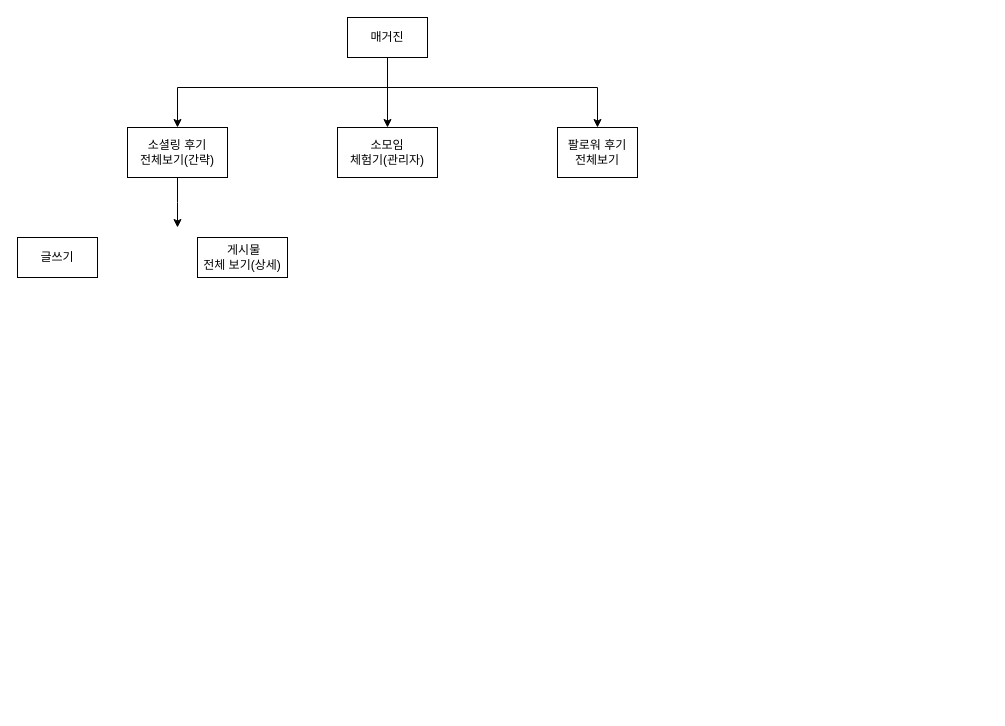
Earlier version of the draw.io diagram wooyeonjoo.drawio (eunjun9/semiproject). Source tidied: cells renumbered, new cells numbered last; positions are measured from the earlier drawing's top-left corner, leaving out a move shared by most shapes. Both pictures are drawn from the tidied source at 100%, with x=0, y=0 at pixel (17, 17).
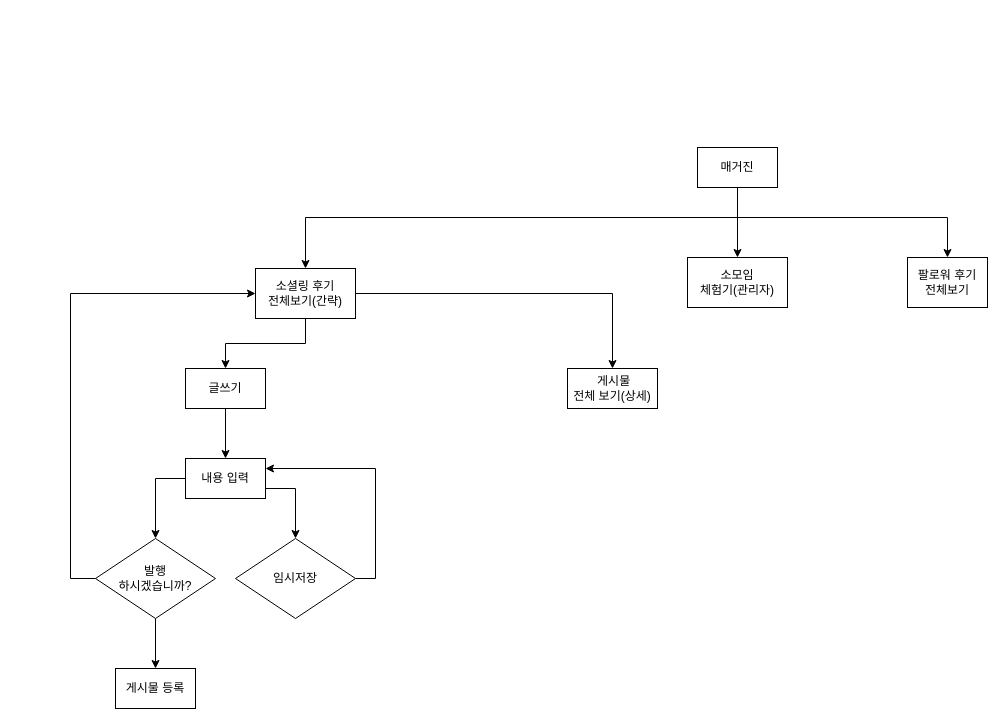
Above is the later version.

The edit, as a diff of the source:
```diff
@@
     <mxCell id="2" value="소모임&lt;br&gt;체험기(관리자)" style="rounded=0;whiteSpace=wrap;html=1;" parent="1" vertex="1">
-      <mxGeometry x="320" y="110" width="100" height="50" as="geometry" />
+      <mxGeometry x="670" y="240" width="100" height="50" as="geometry" />
     </mxCell>
@@
     <mxCell id="4" style="edgeStyle=orthogonalEdgeStyle;rounded=0;jettySize=auto;html=1;entryX=0.5;entryY=0;entryDx=0;entryDy=0;" parent="1" edge="1" source="6" target="8">
       <mxGeometry relative="1" as="geometry">
         <Array as="points">
-          <mxPoint x="370" y="70" />
-          <mxPoint x="160" y="70" />
+          <mxPoint x="720" y="200" />
+          <mxPoint x="288" y="200" />
         </Array>
       </mxGeometry>
     </mxCell>
     <mxCell id="5" style="edgeStyle=orthogonalEdgeStyle;rounded=0;jettySize=auto;html=1;entryX=0.5;entryY=0;entryDx=0;entryDy=0;" parent="1" edge="1" target="9">
       <mxGeometry relative="1" as="geometry">
-        <mxPoint x="370" y="70" as="sourcePoint" />
+        <mxPoint x="720" y="200" as="sourcePoint" />
         <Array as="points">
-          <mxPoint x="580" y="70" />
+          <mxPoint x="930" y="200" />
         </Array>
       </mxGeometry>
     </mxCell>
     <mxCell id="6" value="매거진" style="rounded=0;whiteSpace=wrap;html=1;" parent="1" vertex="1">
-      <mxGeometry x="330" width="80" height="40" as="geometry" />
+      <mxGeometry x="680" y="130" width="80" height="40" as="geometry" />
     </mxCell>
-    <mxCell id="7" style="edgeStyle=orthogonalEdgeStyle;rounded=0;jettySize=auto;html=1;exitX=0.5;exitY=1;exitDx=0;exitDy=0;" parent="1" edge="1" source="8">
+    <mxCell id="7" style="edgeStyle=orthogonalEdgeStyle;rounded=0;jettySize=auto;html=1;exitX=0.5;exitY=1;exitDx=0;exitDy=0;entryX=0.5;entryY=0;entryDx=0;entryDy=0;" parent="1" edge="1" source="8" target="10">
       <mxGeometry relative="1" as="geometry">
-        <mxPoint x="160" y="210" as="targetPoint" />
+        <Array as="points">
+          <mxPoint x="288" y="326" />
+          <mxPoint x="208" y="326" />
+        </Array>
       </mxGeometry>
     </mxCell>
+    <mxCell id="12" style="edgeStyle=orthogonalEdgeStyle;rounded=0;jettySize=auto;html=1;entryX=0.5;entryY=0;entryDx=0;entryDy=0;" parent="1" edge="1" source="8" target="11">
+      <mxGeometry relative="1" as="geometry" />
+    </mxCell>
     <mxCell id="8" value="소셜링 후기 &lt;br&gt;전체보기(간략)" style="rounded=0;whiteSpace=wrap;html=1;" parent="1" vertex="1">
-      <mxGeometry x="110" y="110" width="100" height="50" as="geometry" />
+      <mxGeometry x="238" y="251" width="100" height="50" as="geometry" />
     </mxCell>
     <mxCell id="9" value="팔로워 후기&lt;br&gt;전체보기" style="whiteSpace=wrap;html=1;rounded=0;" parent="1" vertex="1">
-      <mxGeometry x="540" y="110" width="80" height="50" as="geometry" />
+      <mxGeometry x="890" y="240" width="80" height="50" as="geometry" />
     </mxCell>
+    <mxCell id="11" value="&amp;nbsp;게시물&lt;br&gt;전체 보기(상세)" style="rounded=0;whiteSpace=wrap;html=1;" parent="1" vertex="1">
+      <mxGeometry x="550" y="351" width="90" height="40" as="geometry" />
+    </mxCell>
+    <mxCell id="13" style="edgeStyle=orthogonalEdgeStyle;rounded=0;jettySize=auto;html=1;" parent="1" edge="1" source="10" target="16">
+      <mxGeometry relative="1" as="geometry" />
+    </mxCell>
     <mxCell id="10" value="글쓰기" style="rounded=0;whiteSpace=wrap;html=1;" parent="1" vertex="1">
-      <mxGeometry y="220" width="80" height="40" as="geometry" />
+      <mxGeometry x="168" y="351" width="80" height="40" as="geometry" />
     </mxCell>
-    <mxCell id="11" value="&amp;nbsp;게시물&lt;br&gt;전체 보기(상세)" style="rounded=0;whiteSpace=wrap;html=1;" parent="1" vertex="1">
-      <mxGeometry x="180" y="220" width="90" height="40" as="geometry" />
-    </mxCell>
+    <mxCell id="14" style="edgeStyle=orthogonalEdgeStyle;rounded=0;jettySize=auto;html=1;entryX=0.5;entryY=0;entryDx=0;entryDy=0;" parent="1" edge="1" source="16" target="21">
+      <mxGeometry relative="1" as="geometry">
+        <Array as="points">
+          <mxPoint x="138" y="461" />
+        </Array>
+      </mxGeometry>
+    </mxCell>
+    <mxCell id="15" style="edgeStyle=orthogonalEdgeStyle;rounded=0;jettySize=auto;html=1;entryX=0.5;entryY=0;entryDx=0;entryDy=0;exitX=1;exitY=0.75;exitDx=0;exitDy=0;" parent="1" edge="1" source="16" target="18">
+      <mxGeometry relative="1" as="geometry">
+        <Array as="points">
+          <mxPoint x="278" y="471" />
+        </Array>
+      </mxGeometry>
+    </mxCell>
+    <mxCell id="16" value="내용 입력" style="rounded=0;whiteSpace=wrap;html=1;" parent="1" vertex="1">
+      <mxGeometry x="168" y="441" width="80" height="40" as="geometry" />
+    </mxCell>
+    <mxCell id="17" style="edgeStyle=orthogonalEdgeStyle;rounded=0;jettySize=auto;html=1;exitX=1;exitY=0.5;exitDx=0;exitDy=0;entryX=1;entryY=0.25;entryDx=0;entryDy=0;" parent="1" edge="1" source="18" target="16">
+      <mxGeometry relative="1" as="geometry" />
+    </mxCell>
+    <mxCell id="18" value="임시저장" style="rhombus;whiteSpace=wrap;html=1;" parent="1" vertex="1">
+      <mxGeometry x="218" y="521" width="120" height="80" as="geometry" />
+    </mxCell>
+    <mxCell id="19" style="edgeStyle=orthogonalEdgeStyle;rounded=0;jettySize=auto;html=1;" parent="1" edge="1" source="21" target="22">
+      <mxGeometry relative="1" as="geometry" />
+    </mxCell>
+    <mxCell id="20" style="edgeStyle=orthogonalEdgeStyle;rounded=0;jettySize=auto;html=1;entryX=0;entryY=0.5;entryDx=0;entryDy=0;" parent="1" edge="1" source="21" target="8">
+      <mxGeometry relative="1" as="geometry">
+        <Array as="points">
+          <mxPoint x="53" y="561" />
+          <mxPoint x="53" y="276" />
+        </Array>
+      </mxGeometry>
+    </mxCell>
+    <mxCell id="21" value="발행&lt;br&gt;하시겠습니까?" style="rhombus;whiteSpace=wrap;html=1;" parent="1" vertex="1">
+      <mxGeometry x="78" y="521" width="120" height="80" as="geometry" />
+    </mxCell>
+    <mxCell id="22" value="게시물 등록" style="rounded=0;whiteSpace=wrap;html=1;" parent="1" vertex="1">
+      <mxGeometry x="98" y="651" width="80" height="40" as="geometry" />
+    </mxCell>
```
